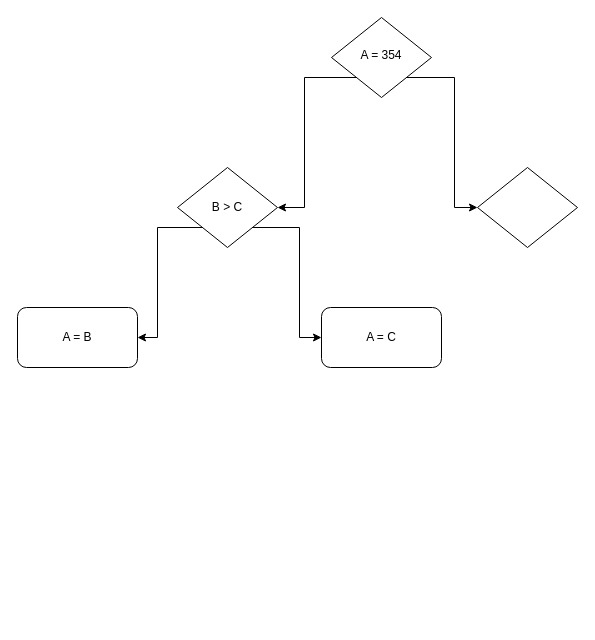
Before: Diagrama sense títol.drawio in antonytorre/antonytorre, a draw.io diagram. Source tidied: cells renumbered, new cells numbered last; positions are measured from the earlier drawing's top-left corner, leaving out a move shared by most shapes. Both pictures are drawn from the tidied source at 100%, with x=0, y=0 at pixel (17, 17).
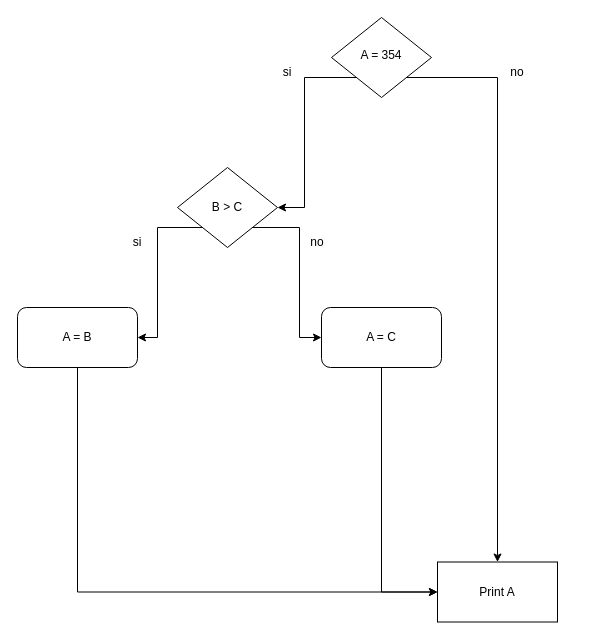
Above is the later version.

The edit, as a diff of the source:
```diff
@@
 <mxGraphModel>
   <root>
     <mxCell id="0" />
     <mxCell id="1" parent="0" />
     <mxCell id="2" style="edgeStyle=orthogonalEdgeStyle;rounded=0;jettySize=auto;html=1;exitX=0;exitY=1;exitDx=0;exitDy=0;entryX=1;entryY=0.5;entryDx=0;entryDy=0;" parent="1" edge="1" source="4" target="7">
       <mxGeometry relative="1" as="geometry" />
     </mxCell>
-    <mxCell id="3" style="edgeStyle=orthogonalEdgeStyle;rounded=0;jettySize=auto;html=1;exitX=1;exitY=1;exitDx=0;exitDy=0;entryX=0;entryY=0.5;entryDx=0;entryDy=0;" parent="1" edge="1" source="4" target="8">
+    <mxCell id="3" style="edgeStyle=orthogonalEdgeStyle;rounded=0;jettySize=auto;html=1;exitX=1;exitY=1;exitDx=0;exitDy=0;" parent="1" edge="1" source="4" target="14">
       <mxGeometry relative="1" as="geometry" />
     </mxCell>
     <mxCell id="4" value="A = 354" style="rhombus;whiteSpace=wrap;html=1;shadow=0;fontFamily=Helvetica;fontSize=12;align=center;strokeWidth=1;spacing=6;spacingTop=-4;" parent="1" vertex="1">
       <mxGeometry x="314" width="100" height="80" as="geometry" />
     </mxCell>
     <mxCell id="5" style="edgeStyle=orthogonalEdgeStyle;rounded=0;jettySize=auto;html=1;exitX=0;exitY=1;exitDx=0;exitDy=0;entryX=1;entryY=0.5;entryDx=0;entryDy=0;" parent="1" edge="1" source="7" target="9">
       <mxGeometry relative="1" as="geometry" />
     </mxCell>
     <mxCell id="6" style="edgeStyle=orthogonalEdgeStyle;rounded=0;jettySize=auto;html=1;exitX=1;exitY=1;exitDx=0;exitDy=0;entryX=0;entryY=0.5;entryDx=0;entryDy=0;" parent="1" edge="1" source="7" target="10">
       <mxGeometry relative="1" as="geometry" />
     </mxCell>
     <mxCell id="7" value="B &amp;gt; C" style="rhombus;whiteSpace=wrap;html=1;" parent="1" vertex="1">
       <mxGeometry x="160" y="150" width="100" height="80" as="geometry" />
     </mxCell>
-    <mxCell id="8" style="rhombus;whiteSpace=wrap;html=1;" parent="1" vertex="1">
-      <mxGeometry x="460" y="150" width="100" height="80" as="geometry" />
-    </mxCell>
+    <mxCell id="11" style="edgeStyle=orthogonalEdgeStyle;rounded=0;jettySize=auto;html=1;entryX=0;entryY=0.5;entryDx=0;entryDy=0;" parent="1" edge="1" source="9" target="14">
+      <mxGeometry relative="1" as="geometry">
+        <Array as="points">
+          <mxPoint x="60" y="575" />
+        </Array>
+      </mxGeometry>
+    </mxCell>
     <mxCell id="9" value="A = B" style="rounded=1;whiteSpace=wrap;html=1;" parent="1" vertex="1">
       <mxGeometry y="290" width="120" height="60" as="geometry" />
     </mxCell>
+    <mxCell id="12" style="edgeStyle=orthogonalEdgeStyle;rounded=0;jettySize=auto;html=1;entryX=0;entryY=0.5;entryDx=0;entryDy=0;" parent="1" edge="1" source="10" target="14">
+      <mxGeometry relative="1" as="geometry" />
+    </mxCell>
     <mxCell id="10" value="&lt;div&gt;A = C&lt;/div&gt;" style="rounded=1;whiteSpace=wrap;html=1;" parent="1" vertex="1">
       <mxGeometry x="304" y="290" width="120" height="60" as="geometry" />
     </mxCell>
+    <mxCell id="13" value="no" style="text;html=1;strokeColor=none;fillColor=none;align=center;verticalAlign=middle;whiteSpace=wrap;rounded=0;" parent="1" vertex="1">
+      <mxGeometry x="470" y="40" width="60" height="30" as="geometry" />
+    </mxCell>
+    <mxCell id="14" value="Print A" style="rounded=0;whiteSpace=wrap;html=1;" parent="1" vertex="1">
+      <mxGeometry x="420" y="544.5" width="120" height="60" as="geometry" />
+    </mxCell>
+    <mxCell id="15" value="no" style="text;html=1;strokeColor=none;fillColor=none;align=center;verticalAlign=middle;whiteSpace=wrap;rounded=0;" parent="1" vertex="1">
+      <mxGeometry x="270" y="210" width="60" height="30" as="geometry" />
+    </mxCell>
+    <mxCell id="16" value="si" style="text;html=1;strokeColor=none;fillColor=none;align=center;verticalAlign=middle;whiteSpace=wrap;rounded=0;" parent="1" vertex="1">
+      <mxGeometry x="240" y="40" width="60" height="30" as="geometry" />
+    </mxCell>
+    <mxCell id="17" value="si" style="text;html=1;strokeColor=none;fillColor=none;align=center;verticalAlign=middle;whiteSpace=wrap;rounded=0;" parent="1" vertex="1">
+      <mxGeometry x="90" y="210" width="60" height="30" as="geometry" />
+    </mxCell>
   </root>
 </mxGraphModel>
```
